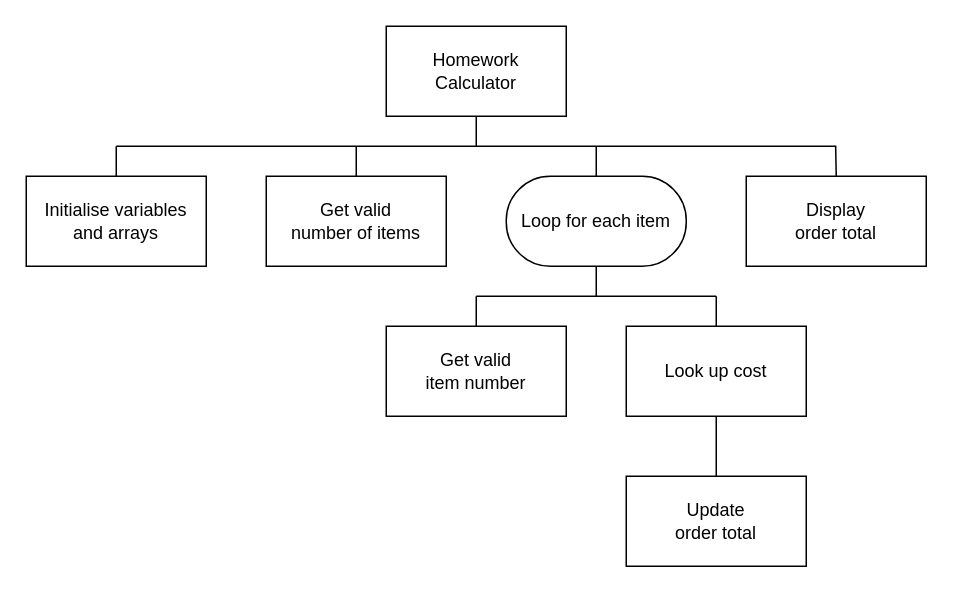
Earlier version of the draw.io diagram n5-cs/sdd/N5-SDD-Cafe/assets/N5-SDD-Cafe.drawio (MrFriendCS/MrFriendCS.github.io). Source tidied: cells renumbered, new cells numbered last; positions are measured from the earlier drawing's top-left corner, leaving out a move shared by most shapes. Both pictures are drawn from the tidied source at 150%, with x=0, y=0 at pixel (26, 26).
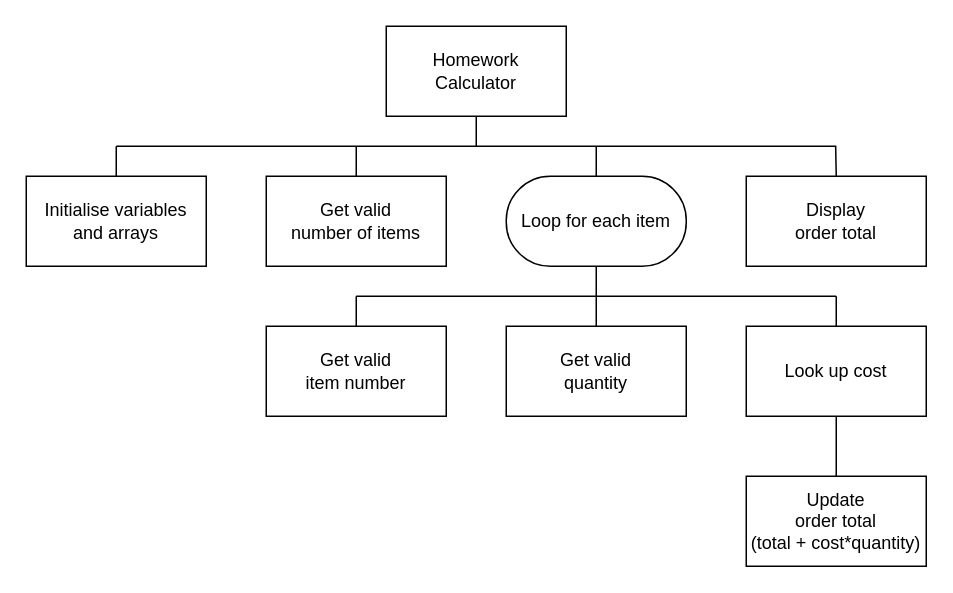
The same diagram, later.

Change to the diagram source:
```diff
@@
     <mxCell id="10" style="edgeStyle=none;shape=connector;rounded=0;jettySize=auto;html=1;exitX=0.5;exitY=0;exitDx=0;exitDy=0;strokeColor=default;align=center;verticalAlign=middle;fontFamily=Helvetica;fontSize=11;fontColor=default;labelBackgroundColor=default;endArrow=none;endFill=0;" parent="1" edge="1" source="11">
       <mxGeometry relative="1" as="geometry">
-        <mxPoint x="300" y="180" as="targetPoint" />
+        <mxPoint x="220" y="180" as="targetPoint" />
       </mxGeometry>
     </mxCell>
     <mxCell id="11" value="Get valid&lt;div&gt;item number&lt;/div&gt;" style="rounded=0;whiteSpace=wrap;html=1;fillColor=none;" parent="1" vertex="1">
-      <mxGeometry x="240" y="200" width="120" height="60" as="geometry" />
+      <mxGeometry x="160" y="200" width="120" height="60" as="geometry" />
     </mxCell>
     <mxCell id="12" style="edgeStyle=orthogonalEdgeStyle;rounded=0;orthogonalLoop=1;jettySize=auto;html=1;exitX=0.5;exitY=0;exitDx=0;exitDy=0;endArrow=none;endFill=0;" parent="1" edge="1">
       <mxGeometry relative="1" as="geometry">
-        <mxPoint x="460" y="200" as="sourcePoint" />
-        <mxPoint x="460" y="180" as="targetPoint" />
+        <mxPoint x="380" y="200" as="sourcePoint" />
+        <mxPoint x="380" y="180" as="targetPoint" />
       </mxGeometry>
     </mxCell>
+    <mxCell id="22" style="edgeStyle=orthogonalEdgeStyle;rounded=0;jettySize=auto;html=1;exitX=0.5;exitY=0;exitDx=0;exitDy=0;endArrow=none;endFill=0;" parent="1" edge="1" source="13">
+      <mxGeometry relative="1" as="geometry">
+        <mxPoint x="540" y="180" as="targetPoint" />
+      </mxGeometry>
+    </mxCell>
     <mxCell id="13" value="Look up cost" style="rounded=0;whiteSpace=wrap;html=1;fillColor=none;" parent="1" vertex="1">
-      <mxGeometry x="400" y="200" width="120" height="60" as="geometry" />
+      <mxGeometry x="480" y="200" width="120" height="60" as="geometry" />
     </mxCell>
@@
     <mxCell id="17" style="endArrow=none;html=1;rounded=0;strokeColor=default;align=center;verticalAlign=middle;fontFamily=Helvetica;fontSize=11;fontColor=default;labelBackgroundColor=default;" parent="1" edge="1">
       <mxGeometry relative="1" as="geometry">
-        <mxPoint x="300" y="180" as="sourcePoint" />
-        <mxPoint x="460" y="180" as="targetPoint" />
+        <mxPoint x="220" y="180" as="sourcePoint" />
+        <mxPoint x="540" y="180" as="targetPoint" />
       </mxGeometry>
     </mxCell>
@@
-    <mxCell id="21" value="Update&lt;div&gt;order total&lt;/div&gt;" style="rounded=0;whiteSpace=wrap;html=1;fillColor=none;" parent="1" vertex="1">
-      <mxGeometry x="400" y="300" width="120" height="60" as="geometry" />
+    <mxCell id="21" value="Update&lt;div&gt;order total&lt;/div&gt;&lt;div&gt;(total + cost*quantity)&lt;/div&gt;" style="rounded=0;whiteSpace=wrap;html=1;fillColor=none;" parent="1" vertex="1">
+      <mxGeometry x="480" y="300" width="120" height="60" as="geometry" />
     </mxCell>
+    <mxCell id="23" value="Get valid&lt;div&gt;quantity&lt;/div&gt;" style="rounded=0;whiteSpace=wrap;html=1;fillColor=none;" parent="1" vertex="1">
+      <mxGeometry x="320" y="200" width="120" height="60" as="geometry" />
+    </mxCell>
```
